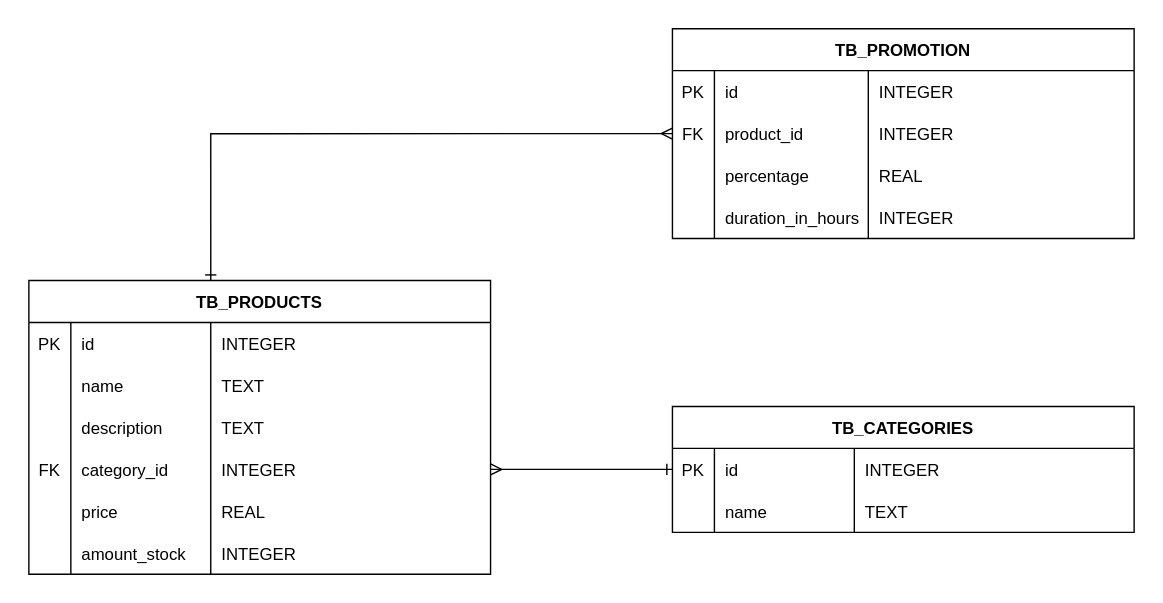
The draw.io diagram api-inventory-management/der.svg in WesleyTelesBenette/my-sources-for-docs, before a commit. Source tidied: cells renumbered, new cells last; positions are measured from the earlier drawing's top-left corner, leaving out a move shared by most shapes.
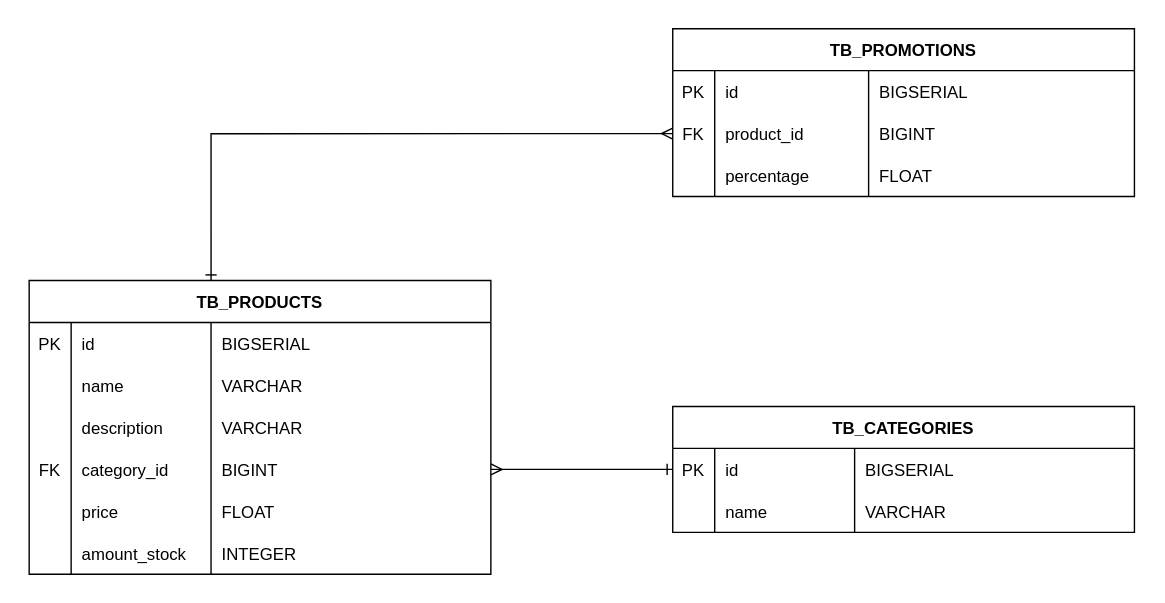
Later version of the same file.

Change to the diagram source:
```diff
@@ -17,7 +17,7 @@
     <mxCell id="6" value="id" style="shape=partialRectangle;fillColor=none;top=0;left=0;bottom=0;right=0;align=left;spacingLeft=6;overflow=hidden;" parent="4" vertex="1">
       <mxGeometry x="30" width="100" height="30" as="geometry" />
     </mxCell>
-    <mxCell id="7" value="INTEGER" style="shape=partialRectangle;fillColor=none;top=0;left=0;bottom=0;right=0;align=left;spacingLeft=6;overflow=hidden;" parent="4" vertex="1">
+    <mxCell id="7" value="BIGSERIAL" style="shape=partialRectangle;fillColor=none;top=0;left=0;bottom=0;right=0;align=left;spacingLeft=6;overflow=hidden;" parent="4" vertex="1">
       <mxGeometry x="130" width="200" height="30" as="geometry" />
     </mxCell>
     <mxCell id="8" style="shape=tableRow;horizontal=0;startSize=0;swimlaneHead=0;swimlaneBody=0;fillColor=none;top=0;left=0;right=0;bottom=0;" parent="3" vertex="1">
@@ -29,7 +29,7 @@
     <mxCell id="10" value="name" style="shape=partialRectangle;fillColor=none;top=0;left=0;bottom=0;right=0;align=left;spacingLeft=6;overflow=hidden;" parent="8" vertex="1">
       <mxGeometry x="30" width="100" height="30" as="geometry" />
     </mxCell>
-    <mxCell id="11" value="TEXT" style="shape=partialRectangle;fillColor=none;top=0;left=0;bottom=0;right=0;align=left;spacingLeft=6;overflow=hidden;" parent="8" vertex="1">
+    <mxCell id="11" value="VARCHAR" style="shape=partialRectangle;fillColor=none;top=0;left=0;bottom=0;right=0;align=left;spacingLeft=6;overflow=hidden;" parent="8" vertex="1">
       <mxGeometry x="130" width="200" height="30" as="geometry" />
     </mxCell>
     <mxCell id="12" style="shape=tableRow;horizontal=0;startSize=0;swimlaneHead=0;swimlaneBody=0;fillColor=none;top=0;left=0;right=0;bottom=0;" parent="3" vertex="1">
@@ -41,7 +41,7 @@
     <mxCell id="14" value="description" style="shape=partialRectangle;fillColor=none;top=0;left=0;bottom=0;right=0;align=left;spacingLeft=6;overflow=hidden;" parent="12" vertex="1">
       <mxGeometry x="30" width="100" height="30" as="geometry" />
     </mxCell>
-    <mxCell id="15" value="TEXT" style="shape=partialRectangle;fillColor=none;top=0;left=0;bottom=0;right=0;align=left;spacingLeft=6;overflow=hidden;" parent="12" vertex="1">
+    <mxCell id="15" value="VARCHAR" style="shape=partialRectangle;fillColor=none;top=0;left=0;bottom=0;right=0;align=left;spacingLeft=6;overflow=hidden;" parent="12" vertex="1">
       <mxGeometry x="130" width="200" height="30" as="geometry" />
     </mxCell>
     <mxCell id="16" style="shape=tableRow;horizontal=0;startSize=0;swimlaneHead=0;swimlaneBody=0;fillColor=none;points=[[0,0.5],[1,0.5]];portConstraint=eastwest;top=0;left=0;right=0;bottom=0;" parent="3" vertex="1">
@@ -53,7 +53,7 @@
     <mxCell id="18" value="category_id" style="shape=partialRectangle;fillColor=none;top=0;left=0;bottom=0;right=0;align=left;spacingLeft=6;overflow=hidden;" parent="16" vertex="1">
       <mxGeometry x="30" width="100" height="30" as="geometry" />
     </mxCell>
-    <mxCell id="19" value="INTEGER" style="shape=partialRectangle;fillColor=none;top=0;left=0;bottom=0;right=0;align=left;spacingLeft=6;overflow=hidden;" parent="16" vertex="1">
+    <mxCell id="19" value="BIGINT" style="shape=partialRectangle;fillColor=none;top=0;left=0;bottom=0;right=0;align=left;spacingLeft=6;overflow=hidden;" parent="16" vertex="1">
       <mxGeometry x="130" width="200" height="30" as="geometry" />
     </mxCell>
     <mxCell id="20" style="shape=tableRow;horizontal=0;startSize=0;swimlaneHead=0;swimlaneBody=0;fillColor=none;top=0;left=0;right=0;bottom=0;" parent="3" vertex="1">
@@ -65,7 +65,7 @@
     <mxCell id="22" value="price" style="shape=partialRectangle;fillColor=none;top=0;left=0;bottom=0;right=0;align=left;spacingLeft=6;overflow=hidden;" parent="20" vertex="1">
       <mxGeometry x="30" width="100" height="30" as="geometry" />
     </mxCell>
-    <mxCell id="23" value="REAL" style="shape=partialRectangle;fillColor=none;top=0;left=0;bottom=0;right=0;align=left;spacingLeft=6;overflow=hidden;" parent="20" vertex="1">
+    <mxCell id="23" value="FLOAT" style="shape=partialRectangle;fillColor=none;top=0;left=0;bottom=0;right=0;align=left;spacingLeft=6;overflow=hidden;" parent="20" vertex="1">
       <mxGeometry x="130" width="200" height="30" as="geometry" />
     </mxCell>
     <mxCell id="24" style="shape=tableRow;horizontal=0;startSize=0;swimlaneHead=0;swimlaneBody=0;fillColor=none;top=0;left=0;right=0;bottom=0;" parent="3" vertex="1">
@@ -92,7 +92,7 @@
     <mxCell id="31" value="id" style="shape=partialRectangle;fillColor=none;top=0;left=0;bottom=0;right=0;align=left;spacingLeft=6;overflow=hidden;" parent="29" vertex="1">
       <mxGeometry x="30" width="100" height="30" as="geometry" />
     </mxCell>
-    <mxCell id="32" value="INTEGER" style="shape=partialRectangle;fillColor=none;top=0;left=0;bottom=0;right=0;align=left;spacingLeft=6;overflow=hidden;" parent="29" vertex="1">
+    <mxCell id="32" value="BIGSERIAL" style="shape=partialRectangle;fillColor=none;top=0;left=0;bottom=0;right=0;align=left;spacingLeft=6;overflow=hidden;" parent="29" vertex="1">
       <mxGeometry x="130" width="200" height="30" as="geometry" />
     </mxCell>
     <mxCell id="33" style="shape=tableRow;horizontal=0;startSize=0;swimlaneHead=0;swimlaneBody=0;fillColor=none;top=0;left=0;right=0;bottom=0;" parent="28" vertex="1">
@@ -104,11 +104,11 @@
     <mxCell id="35" value="name" style="shape=partialRectangle;fillColor=none;top=0;left=0;bottom=0;right=0;align=left;spacingLeft=6;overflow=hidden;" parent="33" vertex="1">
       <mxGeometry x="30" width="100" height="30" as="geometry" />
     </mxCell>
-    <mxCell id="36" value="TEXT" style="shape=partialRectangle;fillColor=none;top=0;left=0;bottom=0;right=0;align=left;spacingLeft=6;overflow=hidden;" parent="33" vertex="1">
+    <mxCell id="36" value="VARCHAR" style="shape=partialRectangle;fillColor=none;top=0;left=0;bottom=0;right=0;align=left;spacingLeft=6;overflow=hidden;" parent="33" vertex="1">
       <mxGeometry x="130" width="200" height="30" as="geometry" />
     </mxCell>
-    <mxCell id="37" value="TB_PROMOTION" style="shape=table;startSize=30;rowLines=0;fontStyle=1;align=center;spacing=2;strokeWidth=1;perimeterSpacing=0;fillStyle=hatch;" parent="1" vertex="1">
-      <mxGeometry x="460" width="330" height="150" as="geometry" />
+    <mxCell id="37" value="TB_PROMOTIONS" style="shape=table;startSize=30;rowLines=0;fontStyle=1;align=center;spacing=2;strokeWidth=1;perimeterSpacing=0;fillStyle=hatch;" parent="1" vertex="1">
+      <mxGeometry x="460" width="330" height="120" as="geometry" />
     </mxCell>
     <mxCell id="38" style="shape=tableRow;horizontal=0;startSize=0;swimlaneHead=0;swimlaneBody=0;fillColor=none;top=0;left=0;right=0;bottom=0;" parent="37" vertex="1">
       <mxGeometry y="30" width="330" height="30" as="geometry" />
@@ -119,7 +119,7 @@
     <mxCell id="40" value="id" style="shape=partialRectangle;fillColor=none;top=0;left=0;bottom=0;right=0;align=left;spacingLeft=6;overflow=hidden;" parent="38" vertex="1">
       <mxGeometry x="30" width="110" height="30" as="geometry" />
     </mxCell>
-    <mxCell id="41" value="INTEGER" style="shape=partialRectangle;fillColor=none;top=0;left=0;bottom=0;right=0;align=left;spacingLeft=6;overflow=hidden;" parent="38" vertex="1">
+    <mxCell id="41" value="BIGSERIAL" style="shape=partialRectangle;fillColor=none;top=0;left=0;bottom=0;right=0;align=left;spacingLeft=6;overflow=hidden;" parent="38" vertex="1">
       <mxGeometry x="140" width="190" height="30" as="geometry" />
     </mxCell>
     <mxCell id="42" style="shape=tableRow;horizontal=0;startSize=0;swimlaneHead=0;swimlaneBody=0;fillColor=none;points=[[0,0.5],[1,0.5]];portConstraint=eastwest;top=0;left=0;right=0;bottom=0;" parent="37" vertex="1">
@@ -131,7 +131,7 @@
     <mxCell id="44" value="product_id" style="shape=partialRectangle;fillColor=none;top=0;left=0;bottom=0;right=0;align=left;spacingLeft=6;overflow=hidden;" parent="42" vertex="1">
       <mxGeometry x="30" width="110" height="30" as="geometry" />
     </mxCell>
-    <mxCell id="45" value="INTEGER" style="shape=partialRectangle;fillColor=none;top=0;left=0;bottom=0;right=0;align=left;spacingLeft=6;overflow=hidden;" parent="42" vertex="1">
+    <mxCell id="45" value="BIGINT" style="shape=partialRectangle;fillColor=none;top=0;left=0;bottom=0;right=0;align=left;spacingLeft=6;overflow=hidden;" parent="42" vertex="1">
       <mxGeometry x="140" width="190" height="30" as="geometry" />
     </mxCell>
     <mxCell id="46" style="shape=tableRow;horizontal=0;startSize=0;swimlaneHead=0;swimlaneBody=0;fillColor=none;top=0;left=0;right=0;bottom=0;" parent="37" vertex="1">
@@ -143,21 +143,9 @@
     <mxCell id="48" value="percentage" style="shape=partialRectangle;fillColor=none;top=0;left=0;bottom=0;right=0;align=left;spacingLeft=6;overflow=hidden;" parent="46" vertex="1">
       <mxGeometry x="30" width="110" height="30" as="geometry" />
     </mxCell>
-    <mxCell id="49" value="REAL" style="shape=partialRectangle;fillColor=none;top=0;left=0;bottom=0;right=0;align=left;spacingLeft=6;overflow=hidden;" parent="46" vertex="1">
+    <mxCell id="49" value="FLOAT" style="shape=partialRectangle;fillColor=none;top=0;left=0;bottom=0;right=0;align=left;spacingLeft=6;overflow=hidden;" parent="46" vertex="1">
       <mxGeometry x="140" width="190" height="30" as="geometry" />
     </mxCell>
-    <mxCell id="50" style="shape=tableRow;horizontal=0;startSize=0;swimlaneHead=0;swimlaneBody=0;fillColor=none;top=0;left=0;right=0;bottom=0;" parent="37" vertex="1">
-      <mxGeometry y="120" width="330" height="30" as="geometry" />
-    </mxCell>
-    <mxCell id="51" style="shape=partialRectangle;fillColor=none;top=0;left=0;bottom=0;right=0;overflow=hidden;" parent="50" vertex="1">
-      <mxGeometry width="30" height="30" as="geometry" />
-    </mxCell>
-    <mxCell id="52" value="duration_in_hours" style="shape=partialRectangle;fillColor=none;top=0;left=0;bottom=0;right=0;align=left;spacingLeft=6;overflow=hidden;" parent="50" vertex="1">
-      <mxGeometry x="30" width="110" height="30" as="geometry" />
-    </mxCell>
-    <mxCell id="53" value="INTEGER" style="shape=partialRectangle;fillColor=none;top=0;left=0;bottom=0;right=0;align=left;spacingLeft=6;overflow=hidden;" parent="50" vertex="1">
-      <mxGeometry x="140" width="190" height="30" as="geometry" />
-    </mxCell>
     <mxCell id="54" style="edgeStyle=orthogonalEdgeStyle;rounded=0;jettySize=auto;html=1;exitX=0;exitY=0.5;exitDx=0;exitDy=0;startArrow=ERone;startFill=0;endArrow=ERmany;endFill=0;entryX=1;entryY=0.5;entryDx=0;entryDy=0;" parent="1" edge="1" source="29" target="16">
       <mxGeometry relative="1" as="geometry" />
     </mxCell>
```
